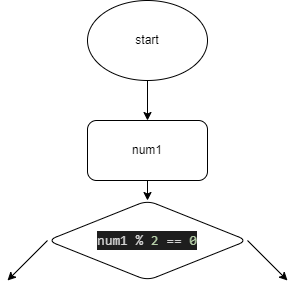
Above: task06/d.drawio.png in urbanass/homework (draw.io), before the change. Source tidied: cells renumbered, new cells last; positions are measured from the earlier drawing's top-left corner, leaving out a move shared by most shapes. Its diagram source:
```xml
<mxGraphModel>
  <root>
    <mxCell id="0" />
    <mxCell id="1" parent="0" />
    <mxCell id="2" style="edgeStyle=none;html=1;" parent="1" edge="1" source="3" target="5">
      <mxGeometry relative="1" as="geometry" />
    </mxCell>
    <mxCell id="3" value="start" style="ellipse;whiteSpace=wrap;html=1;" parent="1" vertex="1">
      <mxGeometry x="80" width="120" height="80" as="geometry" />
    </mxCell>
    <mxCell id="4" style="edgeStyle=none;html=1;" parent="1" edge="1" source="5" target="8">
      <mxGeometry relative="1" as="geometry" />
    </mxCell>
    <mxCell id="5" value="num1" style="rounded=1;whiteSpace=wrap;html=1;" parent="1" vertex="1">
      <mxGeometry x="80" y="120" width="120" height="60" as="geometry" />
    </mxCell>
    <mxCell id="6" style="edgeStyle=none;html=1;exitX=1;exitY=0.5;exitDx=0;exitDy=0;" parent="1" edge="1" source="8">
      <mxGeometry relative="1" as="geometry">
        <mxPoint x="280" y="280" as="targetPoint" />
      </mxGeometry>
    </mxCell>
    <mxCell id="7" style="edgeStyle=none;html=1;exitX=0;exitY=0.5;exitDx=0;exitDy=0;" parent="1" edge="1" source="8">
      <mxGeometry relative="1" as="geometry">
        <mxPoint y="280" as="targetPoint" />
      </mxGeometry>
    </mxCell>
    <mxCell id="8" value="&lt;div style=&quot;color: rgb(212 , 212 , 212) ; background-color: rgb(30 , 30 , 30) ; font-family: &amp;#34;consolas&amp;#34; , &amp;#34;courier new&amp;#34; , monospace ; font-size: 14px ; line-height: 19px&quot;&gt;num1 % &lt;span style=&quot;color: #b5cea8&quot;&gt;2&lt;/span&gt; == &lt;span style=&quot;color: #b5cea8&quot;&gt;0&lt;/span&gt;&lt;/div&gt;" style="rhombus;whiteSpace=wrap;html=1;rounded=1;" parent="1" vertex="1">
      <mxGeometry x="40" y="200" width="200" height="80" as="geometry" />
    </mxCell>
  </root>
</mxGraphModel>
```
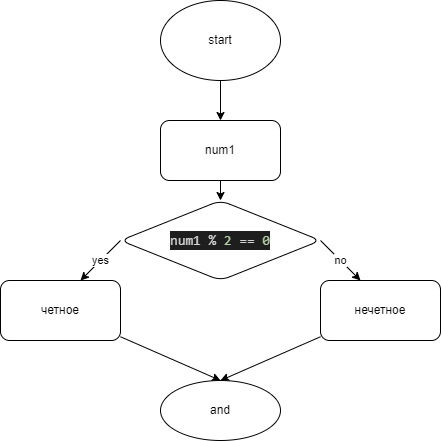
After the change.

Commit message:
Код + диаграмма добавлена в readmi

Change to the diagram source:
```diff
@@ -14,12 +14,12 @@
     <mxCell id="5" value="num1" style="rounded=1;whiteSpace=wrap;html=1;" parent="1" vertex="1">
       <mxGeometry x="80" y="120" width="120" height="60" as="geometry" />
     </mxCell>
-    <mxCell id="6" style="edgeStyle=none;html=1;exitX=1;exitY=0.5;exitDx=0;exitDy=0;" parent="1" edge="1" source="8">
+    <mxCell id="6" value="no" style="edgeStyle=none;html=1;exitX=1;exitY=0.5;exitDx=0;exitDy=0;" parent="1" edge="1" source="8">
       <mxGeometry relative="1" as="geometry">
         <mxPoint x="280" y="280" as="targetPoint" />
       </mxGeometry>
     </mxCell>
-    <mxCell id="7" style="edgeStyle=none;html=1;exitX=0;exitY=0.5;exitDx=0;exitDy=0;" parent="1" edge="1" source="8">
+    <mxCell id="7" value="yes" style="edgeStyle=none;html=1;exitX=0;exitY=0.5;exitDx=0;exitDy=0;" parent="1" edge="1" source="8">
       <mxGeometry relative="1" as="geometry">
         <mxPoint y="280" as="targetPoint" />
       </mxGeometry>
@@ -27,5 +27,20 @@
     <mxCell id="8" value="&lt;div style=&quot;color: rgb(212 , 212 , 212) ; background-color: rgb(30 , 30 , 30) ; font-family: &amp;#34;consolas&amp;#34; , &amp;#34;courier new&amp;#34; , monospace ; font-size: 14px ; line-height: 19px&quot;&gt;num1 % &lt;span style=&quot;color: #b5cea8&quot;&gt;2&lt;/span&gt; == &lt;span style=&quot;color: #b5cea8&quot;&gt;0&lt;/span&gt;&lt;/div&gt;" style="rhombus;whiteSpace=wrap;html=1;rounded=1;" parent="1" vertex="1">
       <mxGeometry x="40" y="200" width="200" height="80" as="geometry" />
     </mxCell>
+    <mxCell id="9" style="edgeStyle=none;html=1;entryX=0.5;entryY=0;entryDx=0;entryDy=0;" parent="1" edge="1" source="10" target="13">
+      <mxGeometry relative="1" as="geometry" />
+    </mxCell>
+    <mxCell id="10" value="четное" style="rounded=1;whiteSpace=wrap;html=1;" parent="1" vertex="1">
+      <mxGeometry x="-80" y="280" width="120" height="60" as="geometry" />
+    </mxCell>
+    <mxCell id="11" style="edgeStyle=none;html=1;entryX=0.5;entryY=0;entryDx=0;entryDy=0;" parent="1" edge="1" source="12" target="13">
+      <mxGeometry relative="1" as="geometry" />
+    </mxCell>
+    <mxCell id="12" value="нечетное" style="rounded=1;whiteSpace=wrap;html=1;" parent="1" vertex="1">
+      <mxGeometry x="240" y="280" width="120" height="60" as="geometry" />
+    </mxCell>
+    <mxCell id="13" value="and" style="ellipse;whiteSpace=wrap;html=1;rounded=1;" parent="1" vertex="1">
+      <mxGeometry x="80" y="380" width="120" height="60" as="geometry" />
+    </mxCell>
   </root>
 </mxGraphModel>
```
